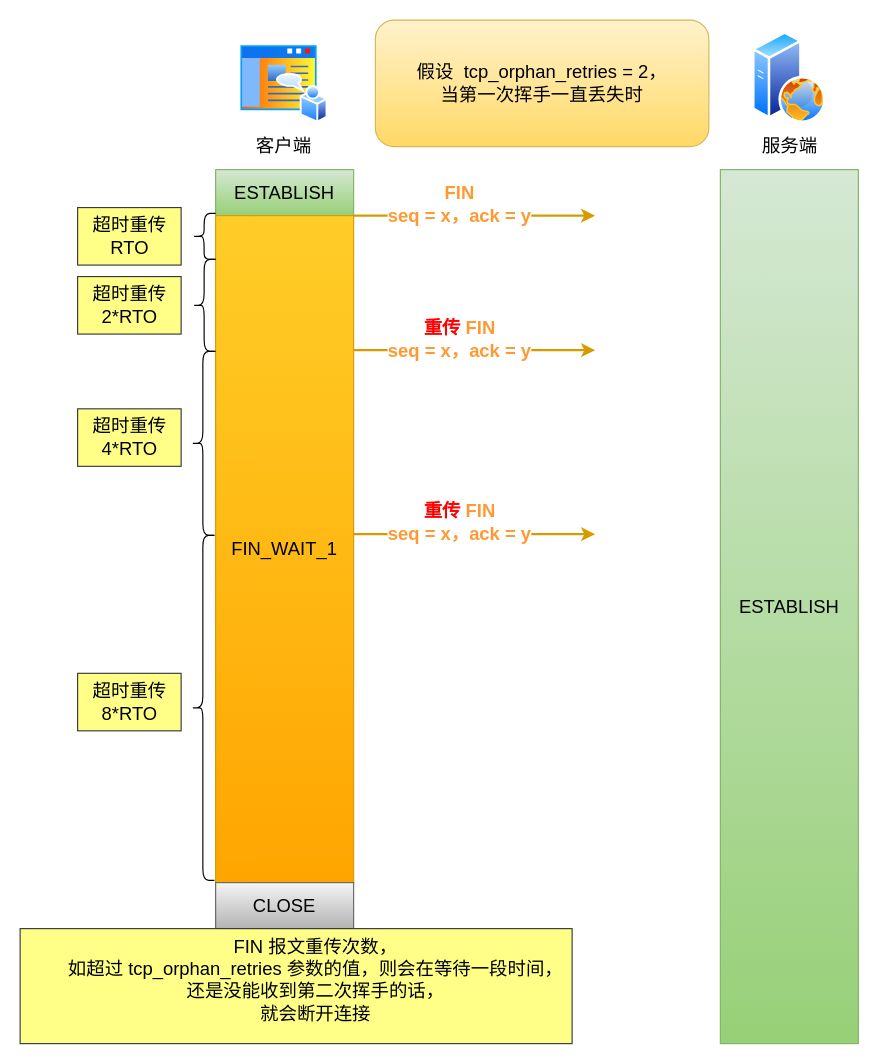
This is 网络/第一次挥手丢失.drawio from xiaolincoder/ImageHost4, a draw.io file, before an edit. Source tidied: cells renumbered, new cells numbered last; positions are measured from the earlier drawing's top-left corner, leaving out a move shared by most shapes. Both pictures are drawn from the tidied source at 115%, with x=0, y=0 at pixel (20, 20).
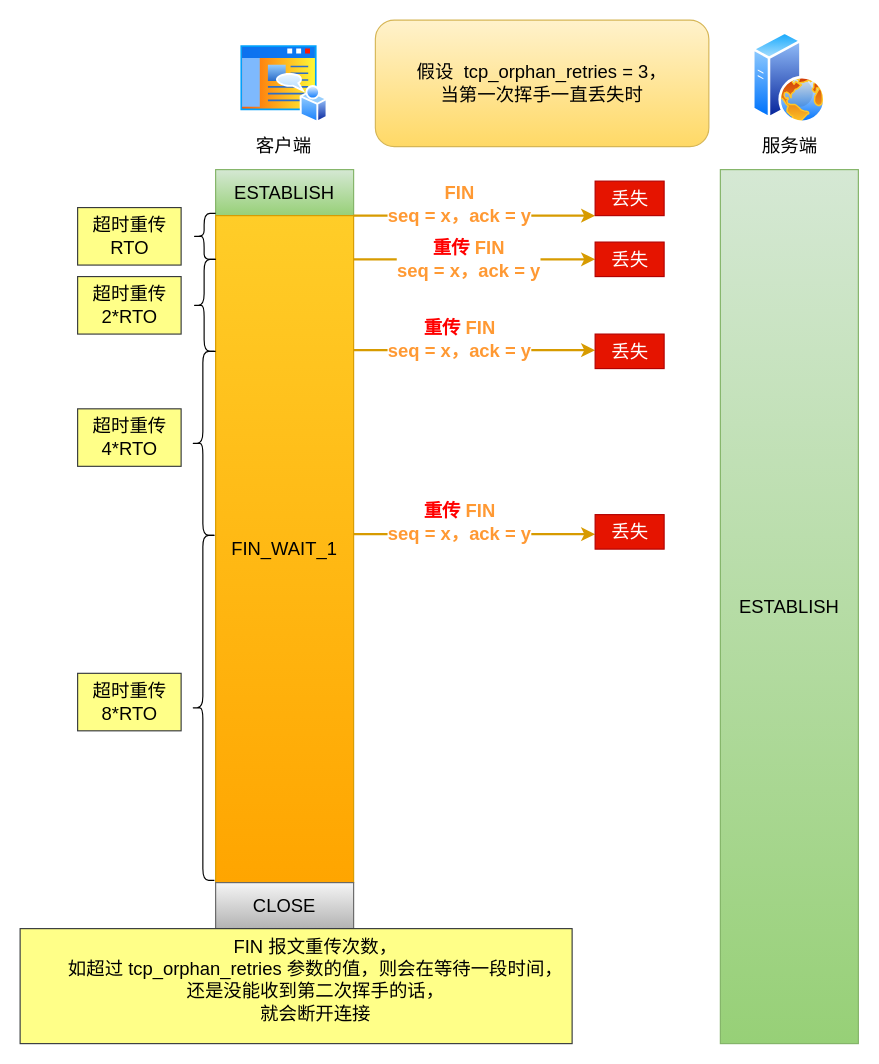
The same page after the edit.

Commit message (it also covers changes not shown here):
更新第一次挥手丢失.drawio

Change to the diagram source:
```diff
@@
-    <mxCell id="5" value="假设&amp;nbsp;&amp;nbsp;tcp_orphan_retries&amp;nbsp;= 2，&lt;br&gt;当第一次挥手一直丢失时" style="rounded=1;whiteSpace=wrap;html=1;fontSize=16;fillColor=#fff2cc;gradientColor=#ffd966;strokeColor=#d6b656;" parent="1" vertex="1">
+    <mxCell id="5" value="假设&amp;nbsp;&amp;nbsp;tcp_orphan_retries&amp;nbsp;= 3，&lt;br&gt;当第一次挥手一直丢失时" style="rounded=1;whiteSpace=wrap;html=1;fontSize=16;fillColor=#fff2cc;gradientColor=#ffd966;strokeColor=#d6b656;" parent="1" vertex="1">
       <mxGeometry x="308.9" width="290" height="110" as="geometry" />
     </mxCell>
@@
+    <mxCell id="21" value="&lt;b style=&quot;font-size: 16px;&quot;&gt;&lt;font color=&quot;#ff0000&quot;&gt;重传&lt;/font&gt;&lt;/b&gt;&lt;b style=&quot;color: rgb(255, 153, 51); font-size: 16px;&quot;&gt; FIN&lt;br style=&quot;font-size: 16px;&quot;&gt;seq = x，ack = y&lt;/b&gt;" style="rounded=0;orthogonalLoop=1;jettySize=auto;html=1;fontSize=16;exitX=1;exitY=0;exitDx=0;exitDy=0;fillColor=#ffcd28;gradientColor=#ffa500;strokeColor=#d79b00;strokeWidth=2;" parent="1" edge="1">
+      <mxGeometry x="-0.05" relative="1" as="geometry">
+        <mxPoint x="290" y="208" as="sourcePoint" />
+        <mxPoint x="500" y="208" as="targetPoint" />
+      </mxGeometry>
+    </mxCell>
+    <mxCell id="22" value="丢失" style="text;html=1;align=center;verticalAlign=middle;strokeColor=#B20000;fillColor=#e51400;fontSize=16;fontColor=#ffffff;" parent="1" vertex="1">
+      <mxGeometry x="500" y="193" width="60" height="30" as="geometry" />
+    </mxCell>
+    <mxCell id="23" value="丢失" style="text;html=1;align=center;verticalAlign=middle;strokeColor=#B20000;fillColor=#e51400;fontSize=16;fontColor=#ffffff;" parent="1" vertex="1">
+      <mxGeometry x="500" y="140" width="60" height="30" as="geometry" />
+    </mxCell>
+    <mxCell id="24" value="丢失" style="text;html=1;align=center;verticalAlign=middle;strokeColor=#B20000;fillColor=#e51400;fontSize=16;fontColor=#ffffff;" parent="1" vertex="1">
+      <mxGeometry x="500" y="273" width="60" height="30" as="geometry" />
+    </mxCell>
+    <mxCell id="25" value="丢失" style="text;html=1;align=center;verticalAlign=middle;strokeColor=#B20000;fillColor=#e51400;fontSize=16;fontColor=#ffffff;" parent="1" vertex="1">
+      <mxGeometry x="500" y="430" width="60" height="30" as="geometry" />
+    </mxCell>
```
